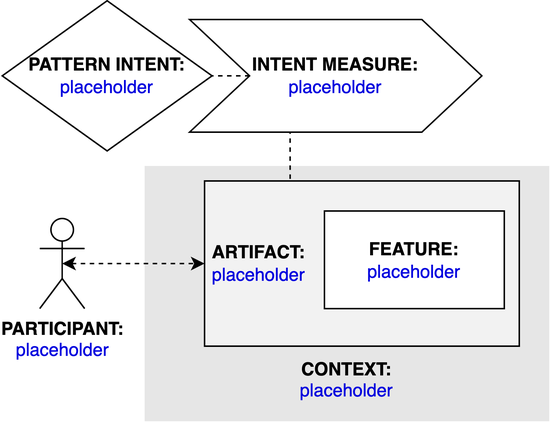
Before: docs/assets/diagrams/template_dark_tactic.png, a diagram exported from draw.io (Pentu13/AwesomeAndDarkTactics). Source tidied: cells renumbered, new cells last; positions are measured from the earlier drawing's top-left corner, leaving out a move shared by most shapes. Source of this version:
```xml
<mxGraphModel>
  <root>
    <mxCell id="0" />
    <mxCell id="1" parent="0" />
    <mxCell id="2" value="&lt;b&gt;PARTICIPANT:&lt;/b&gt;&lt;br&gt;&lt;font color=&quot;#0000de&quot;&gt;placeholder&lt;/font&gt;" style="shape=umlActor;verticalLabelPosition=bottom;verticalAlign=top;html=1;outlineConnect=0;" parent="1" vertex="1">
      <mxGeometry x="25" y="145" width="30" height="60" as="geometry" />
    </mxCell>
    <mxCell id="3" value="&lt;br&gt;&lt;br&gt;&lt;br&gt;&lt;br&gt;&lt;br&gt;&lt;br&gt;&lt;br&gt;&lt;br&gt;&lt;b&gt;&lt;font color=&quot;#000000&quot;&gt;CONTEXT:&lt;/font&gt;&lt;/b&gt;&lt;br&gt;placeholder" style="rounded=0;whiteSpace=wrap;html=1;fontColor=#0000DE;fillColor=#E6E6E6;strokeColor=none;" parent="1" vertex="1">
      <mxGeometry x="95" y="110" width="270" height="170" as="geometry" />
    </mxCell>
    <mxCell id="4" style="edgeStyle=orthogonalEdgeStyle;rounded=0;jettySize=auto;html=1;exitX=0.25;exitY=0;exitDx=0;exitDy=0;entryX=0.344;entryY=0.988;entryDx=0;entryDy=0;entryPerimeter=0;endArrow=none;endFill=0;dashed=1;" parent="1" edge="1" source="5" target="10">
      <mxGeometry relative="1" as="geometry" />
    </mxCell>
    <mxCell id="5" value="&lt;b&gt;&lt;font color=&quot;#000000&quot;&gt;&amp;nbsp;ARTIFACT:&lt;/font&gt;&lt;/b&gt;&lt;br&gt;&amp;nbsp;placeholder" style="rounded=0;whiteSpace=wrap;html=1;fontColor=#0000DE;fillColor=#F2F2F2;align=left;" parent="1" vertex="1">
      <mxGeometry x="135" y="120" width="210" height="110" as="geometry" />
    </mxCell>
    <mxCell id="6" style="edgeStyle=orthogonalEdgeStyle;rounded=0;jettySize=auto;html=1;exitX=0.5;exitY=0.5;exitDx=0;exitDy=0;exitPerimeter=0;entryX=0;entryY=0.5;entryDx=0;entryDy=0;fontColor=#0000DE;startArrow=classic;startFill=1;dashed=1;" parent="1" edge="1" source="2" target="5">
      <mxGeometry relative="1" as="geometry" />
    </mxCell>
    <mxCell id="7" value="&lt;b&gt;FEATURE:&lt;/b&gt;&lt;br&gt;&lt;font color=&quot;#0000de&quot;&gt;placeholder&lt;/font&gt;" style="rounded=0;whiteSpace=wrap;html=1;fontColor=#000000;fillColor=#FFFFFF;" parent="1" vertex="1">
      <mxGeometry x="215" y="140" width="120" height="65" as="geometry" />
    </mxCell>
    <mxCell id="8" value="&lt;b&gt;&lt;font color=&quot;#000000&quot;&gt;PATTERN INTENT:&lt;/font&gt;&lt;/b&gt;&lt;br&gt;placeholder" style="rhombus;whiteSpace=wrap;html=1;fontColor=#0000DE;fillColor=#FFFFFF;" parent="1" vertex="1">
      <mxGeometry width="140" height="100" as="geometry" />
    </mxCell>
    <mxCell id="9" style="edgeStyle=orthogonalEdgeStyle;rounded=0;jettySize=auto;html=1;exitX=0;exitY=0.5;exitDx=0;exitDy=0;entryX=1;entryY=0.5;entryDx=0;entryDy=0;dashed=1;endArrow=none;endFill=0;" parent="1" edge="1" source="10" target="8">
      <mxGeometry relative="1" as="geometry" />
    </mxCell>
    <mxCell id="10" value="&lt;b&gt;INTENT MEASURE:&lt;/b&gt;&lt;br&gt;&lt;font color=&quot;#0000de&quot;&gt;placeholder&lt;/font&gt;" style="shape=step;perimeter=stepPerimeter;whiteSpace=wrap;html=1;fixedSize=1;fontColor=#000000;fillColor=#FFFFFF;size=40;" parent="1" vertex="1">
      <mxGeometry x="125" y="12.5" width="195" height="75" as="geometry" />
    </mxCell>
  </root>
</mxGraphModel>
```
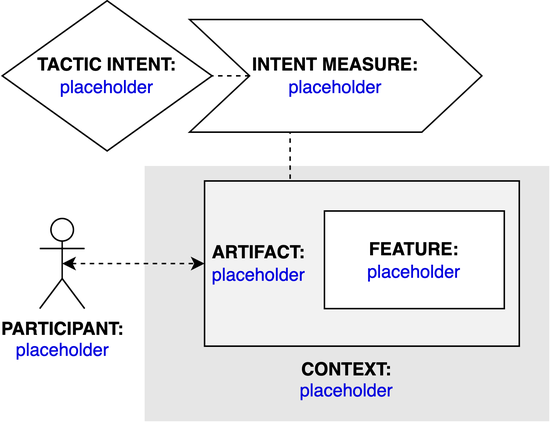
After the commit.

Commit message:
Update templates for Dark Tactics

The edit, as a diff of the source:
```diff
@@ -20,7 +20,7 @@
     <mxCell id="7" value="&lt;b&gt;FEATURE:&lt;/b&gt;&lt;br&gt;&lt;font color=&quot;#0000de&quot;&gt;placeholder&lt;/font&gt;" style="rounded=0;whiteSpace=wrap;html=1;fontColor=#000000;fillColor=#FFFFFF;" parent="1" vertex="1">
       <mxGeometry x="215" y="140" width="120" height="65" as="geometry" />
     </mxCell>
-    <mxCell id="8" value="&lt;b&gt;&lt;font color=&quot;#000000&quot;&gt;PATTERN INTENT:&lt;/font&gt;&lt;/b&gt;&lt;br&gt;placeholder" style="rhombus;whiteSpace=wrap;html=1;fontColor=#0000DE;fillColor=#FFFFFF;" parent="1" vertex="1">
+    <mxCell id="8" value="&lt;b&gt;&lt;font color=&quot;#000000&quot;&gt;TACTIC INTENT:&lt;/font&gt;&lt;/b&gt;&lt;br&gt;placeholder" style="rhombus;whiteSpace=wrap;html=1;fontColor=#0000DE;fillColor=#FFFFFF;" parent="1" vertex="1">
       <mxGeometry width="140" height="100" as="geometry" />
     </mxCell>
     <mxCell id="9" style="edgeStyle=orthogonalEdgeStyle;rounded=0;jettySize=auto;html=1;exitX=0;exitY=0.5;exitDx=0;exitDy=0;entryX=1;entryY=0.5;entryDx=0;entryDy=0;dashed=1;endArrow=none;endFill=0;" parent="1" edge="1" source="10" target="8">
```
